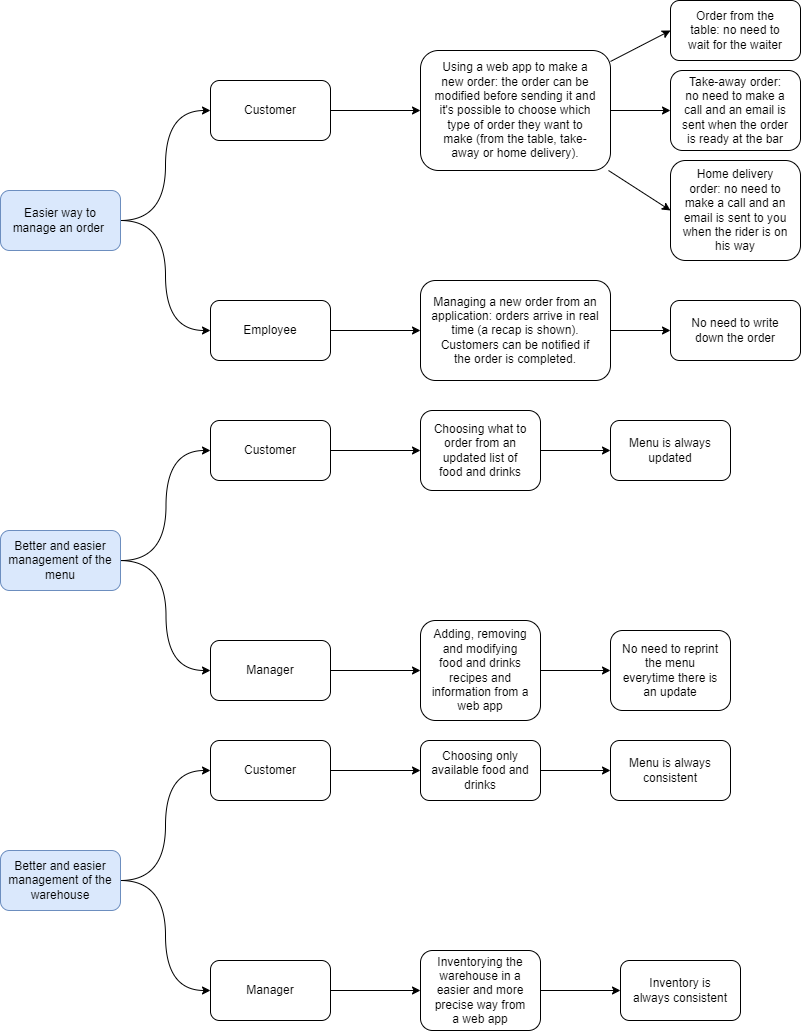
Earlier version of the draw.io export docs/resources/images/Impact Map.png (DistributedCafe/DistributedCafeProject). Source tidied: cells renumbered, new cells last; positions are measured from the earlier drawing's top-left corner, leaving out a move shared by most shapes. Its diagram source:
```xml
<mxGraphModel>
  <root>
    <mxCell id="0" />
    <mxCell id="1" parent="0" />
    <mxCell id="2" style="edgeStyle=orthogonalEdgeStyle;rounded=0;jettySize=auto;html=1;entryX=0;entryY=0.5;entryDx=0;entryDy=0;curved=1;" parent="1" edge="1" source="4" target="8">
      <mxGeometry relative="1" as="geometry" />
    </mxCell>
    <mxCell id="3" style="edgeStyle=orthogonalEdgeStyle;rounded=0;jettySize=auto;html=1;entryX=0;entryY=0.5;entryDx=0;entryDy=0;curved=1;" parent="1" edge="1" source="4" target="6">
      <mxGeometry relative="1" as="geometry" />
    </mxCell>
    <mxCell id="4" value="Easier way to manage an order&amp;nbsp;" style="rounded=1;whiteSpace=wrap;html=1;fillColor=#dae8fc;strokeColor=#6c8ebf;" parent="1" vertex="1">
      <mxGeometry y="190" width="120" height="60" as="geometry" />
    </mxCell>
    <mxCell id="5" style="edgeStyle=orthogonalEdgeStyle;rounded=0;jettySize=auto;html=1;" parent="1" edge="1" source="6" target="14">
      <mxGeometry relative="1" as="geometry" />
    </mxCell>
    <mxCell id="6" value="Employee" style="rounded=1;whiteSpace=wrap;html=1;" parent="1" vertex="1">
      <mxGeometry x="210" y="300" width="120" height="60" as="geometry" />
    </mxCell>
    <mxCell id="7" style="edgeStyle=orthogonalEdgeStyle;rounded=0;jettySize=auto;html=1;" parent="1" edge="1" source="8" target="12">
      <mxGeometry relative="1" as="geometry" />
    </mxCell>
    <mxCell id="8" value="Customer" style="rounded=1;whiteSpace=wrap;html=1;" parent="1" vertex="1">
      <mxGeometry x="210" y="80" width="120" height="60" as="geometry" />
    </mxCell>
    <mxCell id="9" style="rounded=0;jettySize=auto;html=1;entryX=0;entryY=0.5;entryDx=0;entryDy=0;" parent="1" edge="1" source="12" target="16">
      <mxGeometry relative="1" as="geometry" />
    </mxCell>
    <mxCell id="10" style="rounded=0;jettySize=auto;html=1;entryX=0;entryY=0.5;entryDx=0;entryDy=0;" parent="1" edge="1" source="12" target="15">
      <mxGeometry relative="1" as="geometry" />
    </mxCell>
    <mxCell id="11" style="rounded=0;jettySize=auto;html=1;entryX=0;entryY=0.5;entryDx=0;entryDy=0;" parent="1" edge="1" source="12" target="17">
      <mxGeometry relative="1" as="geometry" />
    </mxCell>
    <mxCell id="12" value="Using a web app to make a new order: the order can be modified before sending it and&lt;div&gt;it's possible to choose which type of order they want to make (&lt;span style=&quot;background-color: transparent; font-family: Arial, sans-serif; white-space-collapse: preserve;&quot;&gt;from the table, take-away or home delivery).&lt;/span&gt;&lt;/div&gt;" style="rounded=1;whiteSpace=wrap;html=1;spacingLeft=10;spacingRight=10;" parent="1" vertex="1">
      <mxGeometry x="420" y="50" width="190" height="120" as="geometry" />
    </mxCell>
    <mxCell id="13" style="rounded=0;jettySize=auto;html=1;" parent="1" edge="1" source="14" target="18">
      <mxGeometry relative="1" as="geometry" />
    </mxCell>
    <mxCell id="14" value="Managing a new order from an application: orders arrive in real time (a recap is shown).&lt;div&gt;Customers can be notified if the order is completed.&lt;/div&gt;" style="rounded=1;whiteSpace=wrap;html=1;spacingLeft=10;spacingRight=10;" parent="1" vertex="1">
      <mxGeometry x="420" y="280" width="190" height="100" as="geometry" />
    </mxCell>
    <mxCell id="15" value="Take-away order: no need to make a call and an email is sent when the order is ready at the bar" style="rounded=1;whiteSpace=wrap;html=1;spacingLeft=10;spacingRight=10;" parent="1" vertex="1">
      <mxGeometry x="670" y="70" width="130" height="80" as="geometry" />
    </mxCell>
    <mxCell id="16" value="Order from the table: no need to wait for the waiter" style="rounded=1;whiteSpace=wrap;html=1;spacingLeft=10;spacingRight=10;" parent="1" vertex="1">
      <mxGeometry x="670" width="130" height="60" as="geometry" />
    </mxCell>
    <mxCell id="17" value="Home delivery order: no need to make a call and an email is sent to you when the rider is on his way" style="rounded=1;whiteSpace=wrap;html=1;spacingLeft=10;spacingRight=10;" parent="1" vertex="1">
      <mxGeometry x="670" y="160" width="130" height="100" as="geometry" />
    </mxCell>
    <mxCell id="18" value="No need to write down the order" style="rounded=1;whiteSpace=wrap;html=1;spacingLeft=10;spacingRight=10;" parent="1" vertex="1">
      <mxGeometry x="670" y="300" width="130" height="60" as="geometry" />
    </mxCell>
    <mxCell id="19" style="edgeStyle=orthogonalEdgeStyle;rounded=0;jettySize=auto;html=1;entryX=0;entryY=0.5;entryDx=0;entryDy=0;curved=1;" parent="1" edge="1" target="23">
      <mxGeometry relative="1" as="geometry">
        <mxPoint x="120" y="560" as="sourcePoint" />
      </mxGeometry>
    </mxCell>
    <mxCell id="20" style="edgeStyle=orthogonalEdgeStyle;rounded=0;jettySize=auto;html=1;entryX=0;entryY=0.5;entryDx=0;entryDy=0;curved=1;" parent="1" edge="1" target="25">
      <mxGeometry relative="1" as="geometry">
        <mxPoint x="120" y="560" as="sourcePoint" />
      </mxGeometry>
    </mxCell>
    <mxCell id="21" value="Better and easier management of the menu" style="rounded=1;whiteSpace=wrap;html=1;fillColor=#dae8fc;strokeColor=#6c8ebf;" parent="1" vertex="1">
      <mxGeometry y="530" width="120" height="60" as="geometry" />
    </mxCell>
    <mxCell id="22" style="rounded=0;jettySize=auto;html=1;entryX=0;entryY=0.5;entryDx=0;entryDy=0;" parent="1" edge="1" source="23" target="27">
      <mxGeometry relative="1" as="geometry" />
    </mxCell>
    <mxCell id="23" value="Customer" style="rounded=1;whiteSpace=wrap;html=1;" parent="1" vertex="1">
      <mxGeometry x="210" y="420" width="120" height="60" as="geometry" />
    </mxCell>
    <mxCell id="24" style="rounded=0;jettySize=auto;html=1;entryX=0;entryY=0.5;entryDx=0;entryDy=0;" parent="1" edge="1" source="25" target="29">
      <mxGeometry relative="1" as="geometry" />
    </mxCell>
    <mxCell id="25" value="Manager" style="rounded=1;whiteSpace=wrap;html=1;" parent="1" vertex="1">
      <mxGeometry x="210" y="640" width="120" height="60" as="geometry" />
    </mxCell>
    <mxCell id="26" style="rounded=0;jettySize=auto;html=1;entryX=0;entryY=0.5;entryDx=0;entryDy=0;" parent="1" edge="1" source="27" target="31">
      <mxGeometry relative="1" as="geometry" />
    </mxCell>
    <mxCell id="27" value="Choosing what to order from an updated list of food and drinks" style="rounded=1;whiteSpace=wrap;html=1;spacingLeft=10;spacingRight=10;" parent="1" vertex="1">
      <mxGeometry x="420" y="410" width="120" height="80" as="geometry" />
    </mxCell>
    <mxCell id="28" style="rounded=0;jettySize=auto;html=1;entryX=0;entryY=0.5;entryDx=0;entryDy=0;" parent="1" edge="1" source="29" target="30">
      <mxGeometry relative="1" as="geometry" />
    </mxCell>
    <mxCell id="29" value="&lt;div&gt;&lt;span&gt;&lt;span style=&quot;font-family: Arial, sans-serif; background-color: transparent; font-variant-numeric: normal; font-variant-east-asian: normal; font-variant-alternates: normal; font-variant-position: normal; vertical-align: baseline; white-space-collapse: preserve;&quot;&gt;&lt;font style=&quot;font-size: 12px;&quot;&gt;Adding, removing and modifying food and drinks recipes and information from a web app&lt;/font&gt;&lt;/span&gt;&lt;/span&gt;&lt;/div&gt;" style="rounded=1;whiteSpace=wrap;html=1;spacingLeft=10;spacingRight=10;" parent="1" vertex="1">
      <mxGeometry x="420" y="620" width="120" height="100" as="geometry" />
    </mxCell>
    <mxCell id="30" value="No need to reprint the menu everytime there is an update" style="rounded=1;whiteSpace=wrap;html=1;spacingLeft=10;spacingRight=10;" parent="1" vertex="1">
      <mxGeometry x="610" y="630" width="120" height="80" as="geometry" />
    </mxCell>
    <mxCell id="31" value="Menu is always updated" style="rounded=1;whiteSpace=wrap;html=1;" parent="1" vertex="1">
      <mxGeometry x="610" y="420" width="120" height="60" as="geometry" />
    </mxCell>
    <mxCell id="32" style="edgeStyle=orthogonalEdgeStyle;rounded=0;jettySize=auto;html=1;entryX=0;entryY=0.5;entryDx=0;entryDy=0;curved=1;" parent="1" edge="1" source="34" target="36">
      <mxGeometry relative="1" as="geometry" />
    </mxCell>
    <mxCell id="33" style="edgeStyle=orthogonalEdgeStyle;rounded=0;jettySize=auto;html=1;entryX=0;entryY=0.5;entryDx=0;entryDy=0;curved=1;" parent="1" edge="1" source="34" target="38">
      <mxGeometry relative="1" as="geometry" />
    </mxCell>
    <mxCell id="34" value="Better and easier management of the warehouse" style="rounded=1;whiteSpace=wrap;html=1;fillColor=#dae8fc;strokeColor=#6c8ebf;" parent="1" vertex="1">
      <mxGeometry y="850" width="120" height="60" as="geometry" />
    </mxCell>
    <mxCell id="35" style="rounded=0;jettySize=auto;html=1;entryX=0;entryY=0.5;entryDx=0;entryDy=0;" parent="1" edge="1" source="36" target="40">
      <mxGeometry relative="1" as="geometry" />
    </mxCell>
    <mxCell id="36" value="Customer" style="rounded=1;whiteSpace=wrap;html=1;" parent="1" vertex="1">
      <mxGeometry x="210" y="740" width="120" height="60" as="geometry" />
    </mxCell>
    <mxCell id="37" style="rounded=0;jettySize=auto;html=1;entryX=0;entryY=0.5;entryDx=0;entryDy=0;" parent="1" edge="1" source="38" target="42">
      <mxGeometry relative="1" as="geometry" />
    </mxCell>
    <mxCell id="38" value="Manager" style="rounded=1;whiteSpace=wrap;html=1;" parent="1" vertex="1">
      <mxGeometry x="210" y="960" width="120" height="60" as="geometry" />
    </mxCell>
    <mxCell id="39" style="rounded=0;jettySize=auto;html=1;" parent="1" edge="1" source="40" target="44">
      <mxGeometry relative="1" as="geometry" />
    </mxCell>
    <mxCell id="40" value="Choosing only available food and drinks" style="rounded=1;whiteSpace=wrap;html=1;spacingLeft=10;spacingRight=10;" parent="1" vertex="1">
      <mxGeometry x="420" y="740" width="120" height="60" as="geometry" />
    </mxCell>
    <mxCell id="41" style="rounded=0;jettySize=auto;html=1;" parent="1" edge="1" source="42" target="43">
      <mxGeometry relative="1" as="geometry" />
    </mxCell>
    <mxCell id="42" value="Inventorying the warehouse in a easier and more precise way from a web app" style="rounded=1;whiteSpace=wrap;html=1;spacingLeft=10;spacingRight=10;" parent="1" vertex="1">
      <mxGeometry x="420" y="950" width="120" height="80" as="geometry" />
    </mxCell>
    <mxCell id="43" value="Inventory is always consistent" style="rounded=1;whiteSpace=wrap;html=1;spacingLeft=10;spacingRight=10;" parent="1" vertex="1">
      <mxGeometry x="620" y="960" width="120" height="60" as="geometry" />
    </mxCell>
    <mxCell id="44" value="Menu is always consistent" style="rounded=1;whiteSpace=wrap;html=1;" parent="1" vertex="1">
      <mxGeometry x="610" y="740" width="120" height="60" as="geometry" />
    </mxCell>
  </root>
</mxGraphModel>
```
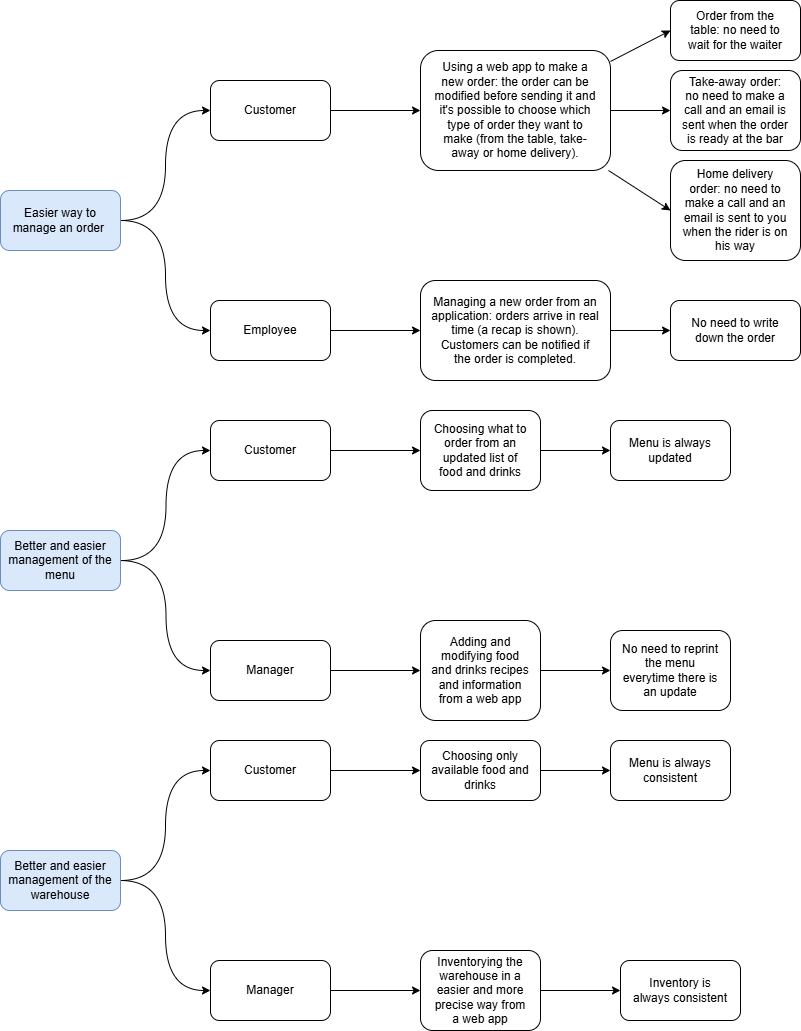
Later version of the same file.

The edit, as a diff of the source:
```diff
@@ -87,7 +87,7 @@
     <mxCell id="28" style="rounded=0;jettySize=auto;html=1;entryX=0;entryY=0.5;entryDx=0;entryDy=0;" parent="1" edge="1" source="29" target="30">
       <mxGeometry relative="1" as="geometry" />
     </mxCell>
-    <mxCell id="29" value="&lt;div&gt;&lt;span&gt;&lt;span style=&quot;font-family: Arial, sans-serif; background-color: transparent; font-variant-numeric: normal; font-variant-east-asian: normal; font-variant-alternates: normal; font-variant-position: normal; vertical-align: baseline; white-space-collapse: preserve;&quot;&gt;&lt;font style=&quot;font-size: 12px;&quot;&gt;Adding, removing and modifying food and drinks recipes and information from a web app&lt;/font&gt;&lt;/span&gt;&lt;/span&gt;&lt;/div&gt;" style="rounded=1;whiteSpace=wrap;html=1;spacingLeft=10;spacingRight=10;" parent="1" vertex="1">
+    <mxCell id="29" value="&lt;div&gt;&lt;span&gt;&lt;span style=&quot;font-family: Arial, sans-serif; background-color: transparent; font-variant-numeric: normal; font-variant-east-asian: normal; font-variant-alternates: normal; font-variant-position: normal; vertical-align: baseline; white-space-collapse: preserve;&quot;&gt;&lt;font style=&quot;font-size: 12px;&quot;&gt;Adding and modifying food and drinks recipes and information from a web app&lt;/font&gt;&lt;/span&gt;&lt;/span&gt;&lt;/div&gt;" style="rounded=1;whiteSpace=wrap;html=1;spacingLeft=10;spacingRight=10;" parent="1" vertex="1">
       <mxGeometry x="420" y="620" width="120" height="100" as="geometry" />
     </mxCell>
     <mxCell id="30" value="No need to reprint the menu everytime there is an update" style="rounded=1;whiteSpace=wrap;html=1;spacingLeft=10;spacingRight=10;" parent="1" vertex="1">
```
